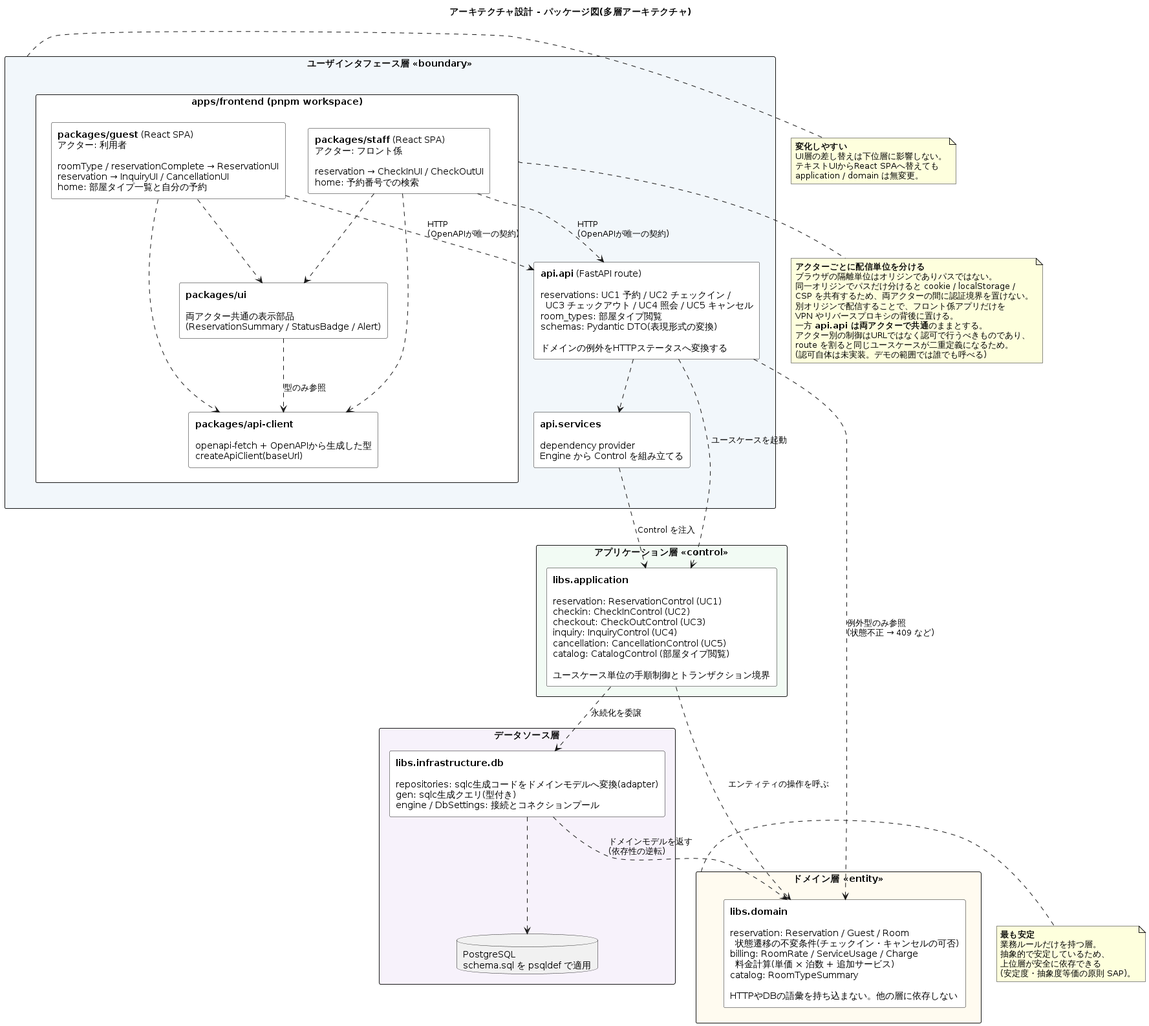
Earlier version of the PlantUML export docs/uml/images/10_package_diagram.png (doguto/waseda-hrs). The source it was exported from:
```plantuml
@startuml 10_package_diagram
title アーキテクチャ設計 - パッケージ図(多層アーキテクチャ)


skinparam packageStyle rectangle
skinparam shadowing false
skinparam defaultTextAlignment left
skinparam rectangleBackgroundColor #FFFFFF

package "ユーザインタフェース層 <<boundary>>" as ui #F2F7FB {
  package "apps/frontend (pnpm workspace)" as frontend_ws #FFFFFF {
    rectangle "**packages/guest** (React SPA)\nアクター: 利用者\n\nroomType / reservationComplete → ReservationUI\nreservation → InquiryUI / CancellationUI\nhome: 部屋タイプ一覧と自分の予約" as frontend_guest

    rectangle "**packages/staff** (React SPA)\nアクター: フロント係\n\nreservation → CheckInUI / CheckOutUI\nhome: 予約番号での検索" as frontend_staff

    rectangle "**packages/api-client**\n\nopenapi-fetch + OpenAPIから生成した型\ncreateApiClient(baseUrl)" as frontend_api_client

    rectangle "**packages/ui**\n\n両アクター共通の表示部品\n(ReservationSummary / StatusBadge / Alert)" as frontend_ui
  }

  rectangle "**api.api** (FastAPI route)\n\nreservations: UC1 予約 / UC2 チェックイン /\n  UC3 チェックアウト / UC4 照会 / UC5 キャンセル\nroom_types: 部屋タイプ閲覧\nschemas: Pydantic DTO(表現形式の変換)\n\nドメインの例外をHTTPステータスへ変換する" as api_route

  rectangle "**api.services**\n\ndependency provider\nEngine から Control を組み立てる" as api_services
}

package "アプリケーション層 <<control>>" as app #F2FBF4 {
  rectangle "**libs.application**\n\nreservation: ReservationControl (UC1)\ncheckin: CheckInControl (UC2)\ncheckout: CheckOutControl (UC3)\ninquiry: InquiryControl (UC4)\ncancellation: CancellationControl (UC5)\ncatalog: CatalogControl (部屋タイプ閲覧)\n\nユースケース単位の手順制御とトランザクション境界" as libs_app
}

package "ドメイン層 <<entity>>" as domain #FFFBF0 {
  rectangle "**libs.domain**\n\nreservation: Reservation / Guest / Room\n  状態遷移の不変条件(チェックイン・キャンセルの可否)\nbilling: RoomRate / ServiceUsage / Charge\n  料金計算(単価 × 泊数 + 追加サービス)\ncatalog: RoomTypeSummary\n\nHTTPやDBの語彙を持ち込まない。他の層に依存しない" as libs_domain
}

package "データソース層" as datasource #F7F2FB {
  rectangle "**libs.infrastructure.db**\n\nrepositories: sqlc生成コードをドメインモデルへ変換(adapter)\ngen: sqlc生成クエリ(型付き)\nengine / DbSettings: 接続とコネクションプール" as libs_infra

  database "PostgreSQL\nschema.sql を psqldef で適用" as db
}

frontend_guest -[hidden]right- frontend_staff
frontend_ui -[hidden]right- frontend_api_client

frontend_guest ..> frontend_api_client
frontend_guest ..> frontend_ui
frontend_staff ..> frontend_api_client
frontend_staff ..> frontend_ui
frontend_ui ..> frontend_api_client : 型のみ参照

frontend_guest ..> api_route : HTTP\n(OpenAPIが唯一の契約)
frontend_staff ..> api_route : HTTP\n(OpenAPIが唯一の契約)
api_route ..> api_services
api_services ..> libs_app : Control を注入
api_route ..> libs_app : ユースケースを起動
api_route ..> libs_domain : 例外型のみ参照\n(状態不正 → 409 など)
libs_app ..> libs_domain : エンティティの操作を呼ぶ
libs_app ..> libs_infra : 永続化を委譲
libs_infra ..> libs_domain : ドメインモデルを返す\n(依存性の逆転)
libs_infra ..> db

note right of ui
  <b>変化しやすい</b>
  UI層の差し替えは下位層に影響しない。
  テキストUIからReact SPAへ替えても
  application / domain は無変更。
end note

note bottom of frontend_ws
  <b>アクターごとに配信単位を分ける</b>
  ブラウザの隔離単位はオリジンでありパスではない。
  同一オリジンでパスだけ分けると cookie / localStorage /
  CSP を共有するため、両アクターの間に認証境界を置けない。
  別オリジンで配信することで、フロント係アプリだけを
  VPN やリバースプロキシの背後に置ける。
  一方 <b>api.api は両アクターで共通</b>のままとする。
  アクター別の制御はURLではなく認可で行うべきものであり、
  route を割ると同じユースケースが二重定義になるため。
  (認可自体は未実装。デモの範囲では誰でも呼べる)
end note

note right of domain
  <b>最も安定</b>
  業務ルールだけを持つ層。
  抽象的で安定しているため、
  上位層が安全に依存できる
  (安定度・抽象度等価の原則 SAP)。
end note

@enduml
```
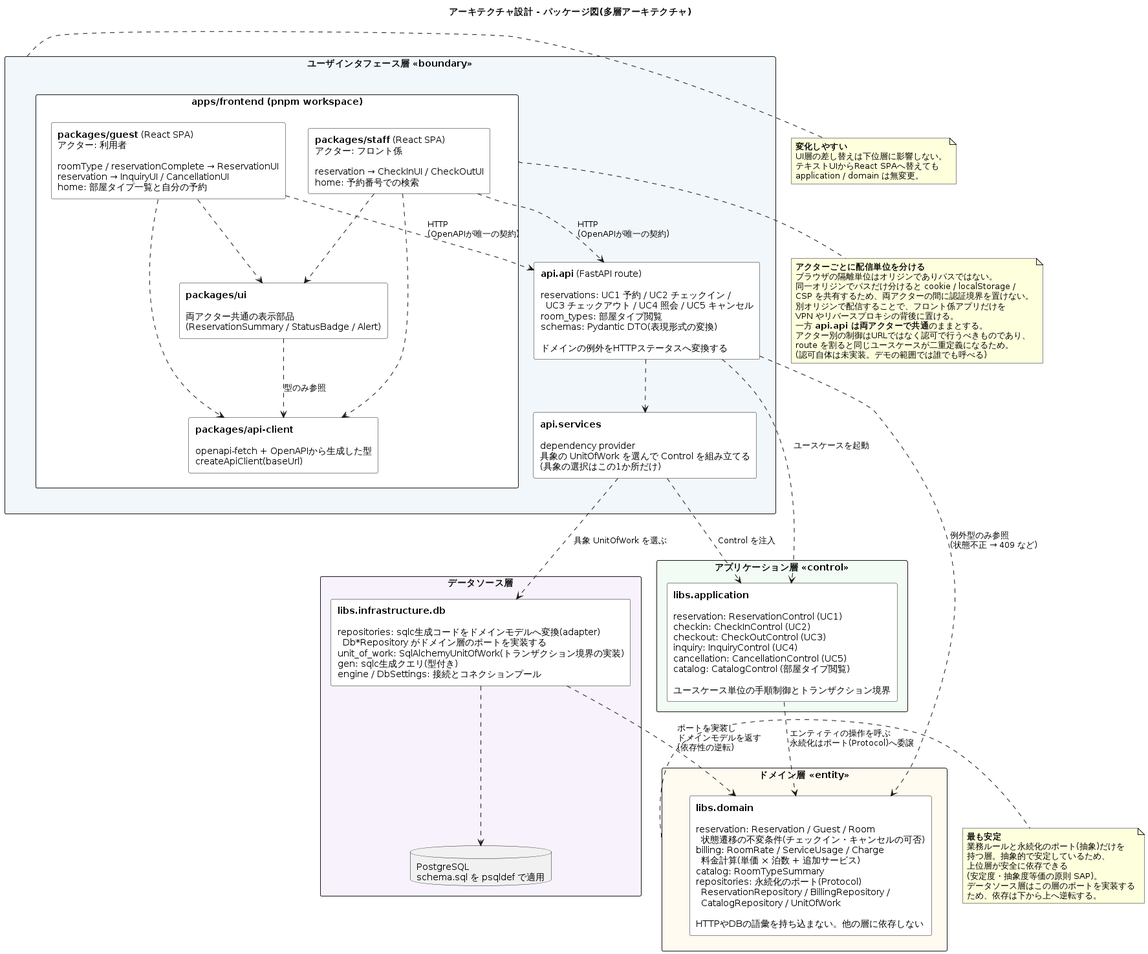
After the commit.

What changed in the source:
```diff
@@ -20,7 +20,7 @@
 
   rectangle "**api.api** (FastAPI route)\n\nreservations: UC1 予約 / UC2 チェックイン /\n  UC3 チェックアウト / UC4 照会 / UC5 キャンセル\nroom_types: 部屋タイプ閲覧\nschemas: Pydantic DTO(表現形式の変換)\n\nドメインの例外をHTTPステータスへ変換する" as api_route
 
-  rectangle "**api.services**\n\ndependency provider\nEngine から Control を組み立てる" as api_services
+  rectangle "**api.services**\n\ndependency provider\n具象の UnitOfWork を選んで Control を組み立てる\n(具象の選択はこの1か所だけ)" as api_services
 }
 
 package "アプリケーション層 <<control>>" as app #F2FBF4 {
@@ -28,11 +28,11 @@
 }
 
 package "ドメイン層 <<entity>>" as domain #FFFBF0 {
-  rectangle "**libs.domain**\n\nreservation: Reservation / Guest / Room\n  状態遷移の不変条件(チェックイン・キャンセルの可否)\nbilling: RoomRate / ServiceUsage / Charge\n  料金計算(単価 × 泊数 + 追加サービス)\ncatalog: RoomTypeSummary\n\nHTTPやDBの語彙を持ち込まない。他の層に依存しない" as libs_domain
+  rectangle "**libs.domain**\n\nreservation: Reservation / Guest / Room\n  状態遷移の不変条件(チェックイン・キャンセルの可否)\nbilling: RoomRate / ServiceUsage / Charge\n  料金計算(単価 × 泊数 + 追加サービス)\ncatalog: RoomTypeSummary\nrepositories: 永続化のポート(Protocol)\n  ReservationRepository / BillingRepository /\n  CatalogRepository / UnitOfWork\n\nHTTPやDBの語彙を持ち込まない。他の層に依存しない" as libs_domain
 }
 
 package "データソース層" as datasource #F7F2FB {
-  rectangle "**libs.infrastructure.db**\n\nrepositories: sqlc生成コードをドメインモデルへ変換(adapter)\ngen: sqlc生成クエリ(型付き)\nengine / DbSettings: 接続とコネクションプール" as libs_infra
+  rectangle "**libs.infrastructure.db**\n\nrepositories: sqlc生成コードをドメインモデルへ変換(adapter)\n  Db*Repository がドメイン層のポートを実装する\nunit_of_work: SqlAlchemyUnitOfWork(トランザクション境界の実装)\ngen: sqlc生成クエリ(型付き)\nengine / DbSettings: 接続とコネクションプール" as libs_infra
 
   database "PostgreSQL\nschema.sql を psqldef で適用" as db
 }
@@ -50,11 +50,11 @@
 frontend_staff ..> api_route : HTTP\n(OpenAPIが唯一の契約)
 api_route ..> api_services
 api_services ..> libs_app : Control を注入
+api_services ..> libs_infra : 具象 UnitOfWork を選ぶ
 api_route ..> libs_app : ユースケースを起動
 api_route ..> libs_domain : 例外型のみ参照\n(状態不正 → 409 など)
-libs_app ..> libs_domain : エンティティの操作を呼ぶ
-libs_app ..> libs_infra : 永続化を委譲
-libs_infra ..> libs_domain : ドメインモデルを返す\n(依存性の逆転)
+libs_app ..> libs_domain : エンティティの操作を呼ぶ\n永続化はポート(Protocol)へ委譲
+libs_infra ..> libs_domain : ポートを実装し\nドメインモデルを返す\n(依存性の逆転)
 libs_infra ..> db
 
 note right of ui
@@ -79,10 +79,12 @@
 
 note right of domain
   <b>最も安定</b>
-  業務ルールだけを持つ層。
-  抽象的で安定しているため、
+  業務ルールと永続化のポート(抽象)だけを
+  持つ層。抽象的で安定しているため、
   上位層が安全に依存できる
   (安定度・抽象度等価の原則 SAP)。
+  データソース層はこの層のポートを実装する
+  ため、依存は下から上へ逆転する。
 end note
 
 @enduml
```
